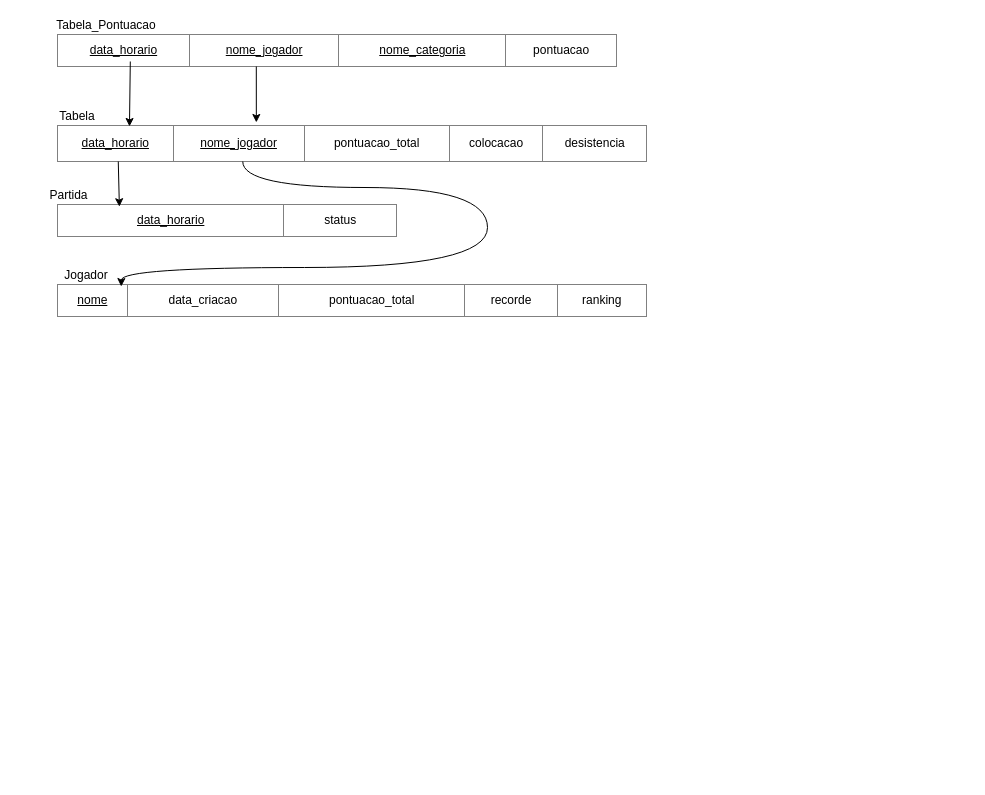
Earlier version of the draw.io diagram diagramas/diagrama_esquema_banco_de_dados.drawio (daanielmenezes/Yahtzee). Source tidied: cells renumbered, new cells numbered last; positions are measured from the earlier drawing's top-left corner, leaving out a move shared by most shapes. Both pictures are drawn from the tidied source at 100%, with x=0, y=0 at pixel (47, 17).
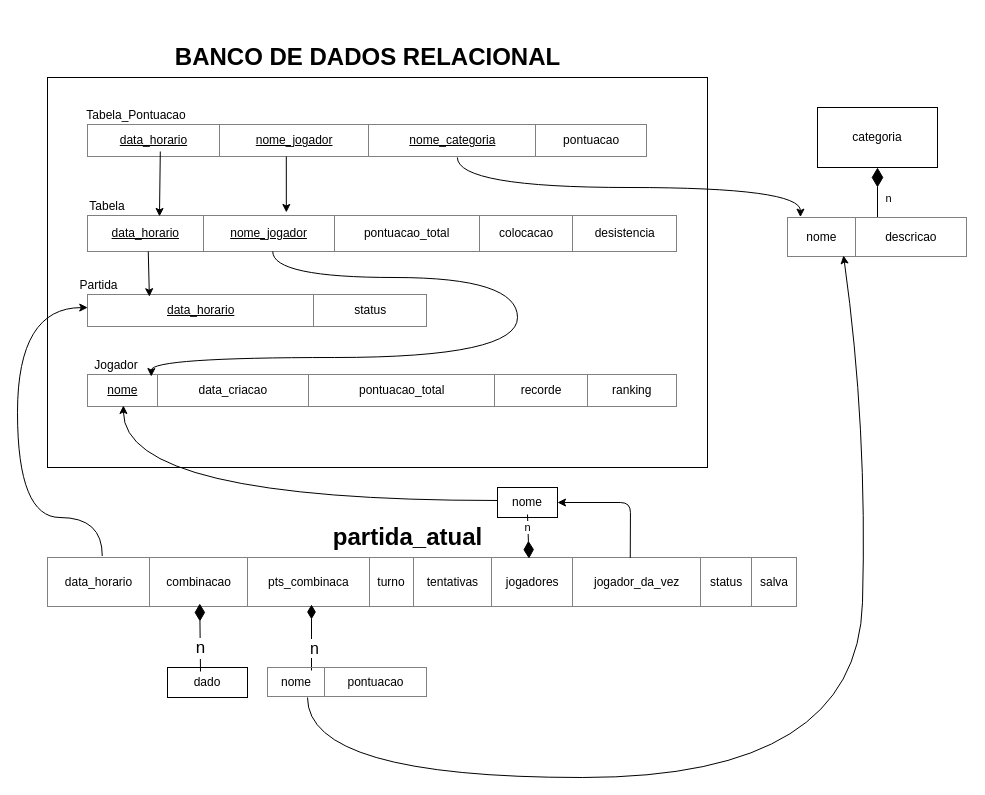
After the change.

Commit message (it also covers changes not shown here):
diagrama fisico com banco de dados

Unchanged cells that the change refers to:
```xml
<mxCell id="4" value="&lt;table border=&quot;1&quot; width=&quot;100%&quot; style=&quot;width: 100% ; height: 100% ; border-collapse: collapse&quot;&gt;&lt;tbody&gt;&lt;tr&gt;&lt;td align=&quot;center&quot;&gt;&lt;span style=&quot;line-height: 120%&quot;&gt;&lt;u&gt;data_horario&lt;/u&gt;&lt;/span&gt;&lt;/td&gt;&lt;td align=&quot;center&quot;&gt;status&lt;br&gt;&lt;/td&gt;&lt;/tr&gt;&lt;/tbody&gt;&lt;/table&gt;" style="text;html=1;strokeColor=none;fillColor=none;overflow=fill;rounded=0;shadow=0;glass=0;comic=0;" parent="3" vertex="1">
  <mxGeometry y="16.7" width="340" height="33.3" as="geometry" />
</mxCell>
<mxCell id="7" value="&lt;table border=&quot;1&quot; width=&quot;100%&quot; style=&quot;width: 100% ; height: 100% ; border-collapse: collapse&quot;&gt;&lt;tbody&gt;&lt;tr&gt;&lt;td align=&quot;center&quot;&gt;&lt;u&gt;data_horario&lt;/u&gt;&lt;/td&gt;&lt;td align=&quot;center&quot;&gt;&lt;u&gt;nome_jogador&lt;/u&gt;&lt;br&gt;&lt;/td&gt;&lt;td style=&quot;text-align: center&quot;&gt;pontuacao_total&lt;/td&gt;&lt;td style=&quot;text-align: center&quot;&gt;colocacao&lt;/td&gt;&lt;td style=&quot;text-align: center&quot;&gt;desistencia&lt;/td&gt;&lt;/tr&gt;&lt;/tbody&gt;&lt;/table&gt;" style="text;html=1;strokeColor=none;fillColor=none;overflow=fill;rounded=0;shadow=0;glass=0;comic=0;" parent="6" vertex="1">
  <mxGeometry y="18.3" width="590" height="36.7" as="geometry" />
</mxCell>
<mxCell id="10" value="&lt;table border=&quot;1&quot; width=&quot;100%&quot; style=&quot;width: 100% ; height: 100% ; border-collapse: collapse&quot; align=&quot;center&quot;&gt;&lt;tbody&gt;&lt;tr&gt;&lt;td align=&quot;center&quot;&gt;&lt;u&gt;nome&lt;/u&gt;&lt;/td&gt;&lt;td align=&quot;center&quot;&gt;data_criacao&lt;/td&gt;&lt;td align=&quot;center&quot;&gt;pontuacao_total&lt;/td&gt;&lt;td style=&quot;text-align: center&quot;&gt;recorde&lt;/td&gt;&lt;td style=&quot;text-align: center&quot;&gt;ranking&lt;/td&gt;&lt;/tr&gt;&lt;/tbody&gt;&lt;/table&gt;" style="text;html=1;strokeColor=none;fillColor=none;overflow=fill;rounded=0;shadow=0;glass=0;comic=0;" parent="9" vertex="1">
  <mxGeometry y="16.7" width="590" height="33.3" as="geometry" />
</mxCell>
<mxCell id="13" value="&lt;table border=&quot;1&quot; width=&quot;100%&quot; style=&quot;width: 100% ; height: 100% ; border-collapse: collapse&quot;&gt;&lt;tbody&gt;&lt;tr&gt;&lt;td style=&quot;text-align: center&quot;&gt;&lt;u&gt;data_horario&lt;/u&gt;&lt;/td&gt;&lt;td style=&quot;text-align: center&quot;&gt;&lt;u&gt;nome_jogador&lt;/u&gt;&lt;/td&gt;&lt;td align=&quot;center&quot;&gt;&lt;u&gt;nome_categoria&lt;/u&gt;&lt;/td&gt;&lt;td align=&quot;center&quot;&gt;pontuacao&lt;/td&gt;&lt;/tr&gt;&lt;/tbody&gt;&lt;/table&gt;" style="text;html=1;strokeColor=none;fillColor=none;overflow=fill;rounded=0;shadow=0;glass=0;comic=0;" parent="12" vertex="1">
  <mxGeometry y="16.7" width="560" height="33.3" as="geometry" />
</mxCell>
```

Diff of the diagram source:
```diff
@@
+    <mxCell id="19" style="group;" parent="1" vertex="1">
+      <mxGeometry y="40" width="670" height="410" as="geometry" />
+    </mxCell>
-    <mxCell id="2" style="group;" parent="1" vertex="1">
-      <mxGeometry x="10" y="170" width="340" height="50" as="geometry" />
+    <mxCell id="2" style="group;" parent="19" vertex="1">
+      <mxGeometry x="40" y="220" width="340" height="50" as="geometry" />
     </mxCell>
@@
-    <mxCell id="6" style="group;" parent="1" vertex="1">
-      <mxGeometry x="10" y="90" width="590" height="55" as="geometry" />
+    <mxCell id="6" style="group;" parent="19" vertex="1">
+      <mxGeometry x="40" y="140" width="590" height="55" as="geometry" />
     </mxCell>
@@
-    <mxCell id="9" style="group;" parent="1" vertex="1">
-      <mxGeometry x="10" y="250" width="590" height="50" as="geometry" />
+    <mxCell id="9" style="group;" parent="19" vertex="1">
+      <mxGeometry x="40" y="300" width="590" height="50" as="geometry" />
     </mxCell>
@@
-    <mxCell id="12" style="group;" parent="1" vertex="1">
-      <mxGeometry x="10" width="560" height="50" as="geometry" />
+    <mxCell id="12" style="group;" parent="19" vertex="1">
+      <mxGeometry x="40" y="50" width="630" height="360" as="geometry" />
     </mxCell>
@@
-    <mxCell id="15" style="endArrow=classic;html=1;entryX=0.122;entryY=0.018;entryDx=0;entryDy=0;entryPerimeter=0;exitX=0.13;exitY=0.82;exitDx=0;exitDy=0;exitPerimeter=0;" parent="1" edge="1" source="13" target="7">
+    <mxCell id="15" style="endArrow=classic;html=1;entryX=0.122;entryY=0.018;entryDx=0;entryDy=0;entryPerimeter=0;exitX=0.13;exitY=0.82;exitDx=0;exitDy=0;exitPerimeter=0;" parent="19" edge="1" source="13" target="7">
       <mxGeometry relative="1" as="geometry" />
     </mxCell>
-    <mxCell id="16" style="endArrow=classic;html=1;exitX=0.355;exitY=0.97;exitDx=0;exitDy=0;exitPerimeter=0;entryX=0.337;entryY=-0.091;entryDx=0;entryDy=0;entryPerimeter=0;rounded=0;" parent="1" edge="1" source="13" target="7">
+    <mxCell id="16" style="endArrow=classic;html=1;exitX=0.355;exitY=0.97;exitDx=0;exitDy=0;exitPerimeter=0;entryX=0.337;entryY=-0.091;entryDx=0;entryDy=0;entryPerimeter=0;rounded=0;" parent="19" edge="1" source="13" target="7">
       <mxGeometry relative="1" as="geometry" />
     </mxCell>
-    <mxCell id="17" style="endArrow=classic;html=1;exitX=0.314;exitY=0.973;exitDx=0;exitDy=0;exitPerimeter=0;entryX=0.108;entryY=0.07;entryDx=0;entryDy=0;entryPerimeter=0;curved=1;" parent="1" edge="1" source="7" target="10">
+    <mxCell id="17" style="endArrow=classic;html=1;exitX=0.314;exitY=0.973;exitDx=0;exitDy=0;exitPerimeter=0;entryX=0.108;entryY=0.07;entryDx=0;entryDy=0;entryPerimeter=0;curved=1;" parent="19" edge="1" source="7" target="10">
       <mxGeometry relative="1" as="geometry">
         <Array as="points">
-          <mxPoint x="195" y="170" />
-          <mxPoint x="440" y="170" />
-          <mxPoint x="440" y="250" />
-          <mxPoint x="74" y="250" />
+          <mxPoint x="225" y="220" />
+          <mxPoint x="470" y="220" />
+          <mxPoint x="470" y="300" />
+          <mxPoint x="104" y="300" />
         </Array>
       </mxGeometry>
     </mxCell>
-    <mxCell id="18" style="endArrow=classic;html=1;exitX=0.103;exitY=0.973;exitDx=0;exitDy=0;exitPerimeter=0;entryX=0.182;entryY=0.075;entryDx=0;entryDy=0;entryPerimeter=0;" parent="1" edge="1" source="7" target="4">
+    <mxCell id="18" style="endArrow=classic;html=1;exitX=0.103;exitY=0.973;exitDx=0;exitDy=0;exitPerimeter=0;entryX=0.182;entryY=0.075;entryDx=0;entryDy=0;entryPerimeter=0;" parent="19" edge="1" source="7" target="4">
       <mxGeometry relative="1" as="geometry" />
     </mxCell>
+    <mxCell id="20" style="rounded=0;whiteSpace=wrap;html=1;fillColor=none;" parent="19" vertex="1">
+      <mxGeometry y="20" width="660" height="390" as="geometry" />
+    </mxCell>
+    <mxCell id="21" value="BANCO DE DADOS RELACIONAL" style="text;strokeColor=none;fillColor=none;html=1;fontSize=24;fontStyle=1;verticalAlign=middle;align=center;" parent="19" vertex="1">
+      <mxGeometry x="270" y="-20" width="100" height="40" as="geometry" />
+    </mxCell>
+    <mxCell id="22" style="edgeStyle=orthogonalEdgeStyle;rounded=0;jettySize=auto;html=1;exitX=0.5;exitY=1;exitDx=0;exitDy=0;entryX=0.5;entryY=0;entryDx=0;entryDy=0;endArrow=none;endFill=0;startArrow=diamondThin;startFill=1;sourcePerimeterSpacing=-2;startSize=17;" parent="1" edge="1" source="24" target="25">
+      <mxGeometry relative="1" as="geometry" />
+    </mxCell>
+    <mxCell id="23" value="n" style="edgeLabel;html=1;align=center;verticalAlign=middle;" parent="22" vertex="1">
+      <mxGeometry x="0.31" relative="1" as="geometry">
+        <mxPoint x="10" y="-2.9" as="offset" />
+      </mxGeometry>
+    </mxCell>
+    <mxCell id="24" value="categoria" style="rounded=0;whiteSpace=wrap;html=1;fillColor=#ffffff;" parent="1" vertex="1">
+      <mxGeometry x="770" y="90" width="120" height="60" as="geometry" />
+    </mxCell>
+    <mxCell id="25" value="&lt;table border=&quot;1&quot; width=&quot;100%&quot; style=&quot;width: 100% ; height: 100% ; border-collapse: collapse&quot;&gt;&lt;tbody&gt;&lt;tr&gt;&lt;td align=&quot;center&quot;&gt;nome&lt;/td&gt;&lt;td align=&quot;center&quot;&gt;descricao&lt;/td&gt;&lt;/tr&gt;&lt;/tbody&gt;&lt;/table&gt;" style="text;html=1;strokeColor=none;fillColor=none;overflow=fill;" parent="1" vertex="1">
+      <mxGeometry x="740" y="200" width="180" height="40" as="geometry" />
+    </mxCell>
+    <mxCell id="26" style="endArrow=classic;html=1;exitX=0.621;exitY=0.205;exitDx=0;exitDy=0;exitPerimeter=0;entryX=0.072;entryY=-0.009;entryDx=0;entryDy=0;entryPerimeter=0;curved=1;" parent="1" edge="1" source="20" target="25">
+      <mxGeometry relative="1" as="geometry">
+        <Array as="points">
+          <mxPoint x="410" y="170" />
+          <mxPoint x="753" y="170" />
+        </Array>
+      </mxGeometry>
+    </mxCell>
+    <mxCell id="27" style="group;" parent="1" vertex="1">
+      <mxGeometry y="500" width="750" height="90" as="geometry" />
+    </mxCell>
+    <mxCell id="28" value="&lt;table border=&quot;1&quot; width=&quot;100%&quot; style=&quot;width: 100% ; height: 100% ; border-collapse: collapse&quot;&gt;&lt;tbody&gt;&lt;tr&gt;&lt;td align=&quot;center&quot;&gt;data_horario&lt;/td&gt;&lt;td align=&quot;center&quot;&gt;combinacao&lt;/td&gt;&lt;td align=&quot;center&quot;&gt;pts_combinaca&lt;/td&gt;&lt;td style=&quot;text-align: center&quot;&gt;turno&lt;/td&gt;&lt;td style=&quot;text-align: center&quot;&gt;tentativas&lt;/td&gt;&lt;td style=&quot;text-align: center&quot;&gt;jogadores&lt;/td&gt;&lt;td style=&quot;text-align: center&quot;&gt;jogador_da_vez&lt;/td&gt;&lt;td style=&quot;text-align: center&quot;&gt;status&lt;/td&gt;&lt;td style=&quot;text-align: center&quot;&gt;salva&lt;/td&gt;&lt;/tr&gt;&lt;/tbody&gt;&lt;/table&gt;" style="text;html=1;strokeColor=none;fillColor=none;overflow=fill;" parent="27" vertex="1">
+      <mxGeometry y="40" width="750" height="50" as="geometry" />
+    </mxCell>
+    <mxCell id="29" value="partida_atual" style="text;strokeColor=none;fillColor=none;html=1;fontSize=24;fontStyle=1;verticalAlign=middle;align=center;" parent="27" vertex="1">
+      <mxGeometry x="310" width="100" height="40" as="geometry" />
+    </mxCell>
+    <mxCell id="30" style="endArrow=classic;html=1;exitX=0.073;exitY=-0.029;exitDx=0;exitDy=0;exitPerimeter=0;entryX=0.061;entryY=0.59;entryDx=0;entryDy=0;entryPerimeter=0;curved=1;" parent="1" edge="1" source="28" target="20">
+      <mxGeometry relative="1" as="geometry">
+        <Array as="points">
+          <mxPoint x="55" y="500" />
+          <mxPoint x="-30" y="500" />
+          <mxPoint x="-30" y="290" />
+        </Array>
+      </mxGeometry>
+    </mxCell>
+    <mxCell id="31" value="dado" style="rounded=0;whiteSpace=wrap;html=1;fillColor=#ffffff;" parent="1" vertex="1">
+      <mxGeometry x="120" y="650" width="80" height="30" as="geometry" />
+    </mxCell>
+    <mxCell id="32" style="endArrow=none;html=1;exitX=0.203;exitY=0.92;exitDx=0;exitDy=0;exitPerimeter=0;endFill=0;startArrow=diamondThin;startFill=1;sourcePerimeterSpacing=-18;startSize=15;" parent="1" edge="1" source="28">
+      <mxGeometry relative="1" as="geometry">
+        <mxPoint x="153" y="654" as="targetPoint" />
+      </mxGeometry>
+    </mxCell>
+    <mxCell id="33" value="&lt;font style=&quot;font-size: 17px&quot;&gt;n&lt;/font&gt;" style="edgeLabel;html=1;align=center;verticalAlign=middle;" parent="32" vertex="1">
+      <mxGeometry x="0.32" relative="1" as="geometry" />
+    </mxCell>
+    <mxCell id="34" style="endArrow=none;html=1;exitX=0.352;exitY=0.94;exitDx=0;exitDy=0;exitPerimeter=0;entryX=0.275;entryY=0.1;entryDx=0;entryDy=0;entryPerimeter=0;endFill=0;startArrow=diamondThin;startFill=1;sourcePerimeterSpacing=-8;startSize=12;" parent="1" edge="1" source="28" target="36">
+      <mxGeometry relative="1" as="geometry" />
+    </mxCell>
+    <mxCell id="35" value="&lt;font style=&quot;font-size: 16px&quot;&gt;n&lt;/font&gt;" style="edgeLabel;html=1;align=center;verticalAlign=middle;" parent="34" vertex="1">
+      <mxGeometry x="0.38" y="2" relative="1" as="geometry">
+        <mxPoint y="-2.5" as="offset" />
+      </mxGeometry>
+    </mxCell>
+    <mxCell id="36" value="&lt;table border=&quot;1&quot; width=&quot;100%&quot; style=&quot;width: 100% ; height: 100% ; border-collapse: collapse&quot;&gt;&lt;tbody&gt;&lt;tr&gt;&lt;td align=&quot;center&quot;&gt;nome&lt;/td&gt;&lt;td align=&quot;center&quot;&gt;pontuacao&lt;/td&gt;&lt;/tr&gt;&lt;/tbody&gt;&lt;/table&gt;" style="text;html=1;strokeColor=none;fillColor=none;overflow=fill;" parent="1" vertex="1">
+      <mxGeometry x="220" y="650" width="160" height="30" as="geometry" />
+    </mxCell>
+    <mxCell id="37" style="endArrow=classic;html=1;exitX=0.25;exitY=1;exitDx=0;exitDy=0;entryX=0.311;entryY=0.95;entryDx=0;entryDy=0;entryPerimeter=0;curved=1;" parent="1" edge="1" source="36" target="25">
+      <mxGeometry relative="1" as="geometry">
+        <Array as="points">
+          <mxPoint x="260" y="760" />
+          <mxPoint x="810" y="760" />
+          <mxPoint x="820" y="410" />
+        </Array>
+      </mxGeometry>
+    </mxCell>
+    <mxCell id="38" value="nome" style="rounded=0;whiteSpace=wrap;html=1;fillColor=#ffffff;" parent="1" vertex="1">
+      <mxGeometry x="450" y="470" width="60" height="30" as="geometry" />
+    </mxCell>
+    <mxCell id="39" style="endArrow=diamondThin;html=1;exitX=0.5;exitY=0.9;exitDx=0;exitDy=0;exitPerimeter=0;entryX=0.642;entryY=0.023;entryDx=0;entryDy=0;entryPerimeter=0;endFill=1;startSize=17;endSize=15;" parent="1" edge="1" source="38" target="28">
+      <mxGeometry relative="1" as="geometry" />
+    </mxCell>
+    <mxCell id="40" value="&lt;font style=&quot;font-size: 11px&quot;&gt;n&lt;/font&gt;" style="edgeLabel;html=1;align=center;verticalAlign=middle;" parent="39" vertex="1">
+      <mxGeometry x="-0.26" relative="1" as="geometry">
+        <mxPoint x="-0.6" y="-3.5" as="offset" />
+      </mxGeometry>
+    </mxCell>
+    <mxCell id="41" style="endArrow=classic;html=1;exitX=0.777;exitY=0.009;exitDx=0;exitDy=0;exitPerimeter=0;entryX=1;entryY=0.5;entryDx=0;entryDy=0;" parent="1" edge="1" source="28" target="38">
+      <mxGeometry relative="1" as="geometry">
+        <Array as="points">
+          <mxPoint x="583" y="485" />
+        </Array>
+      </mxGeometry>
+    </mxCell>
+    <mxCell id="42" style="endArrow=classic;html=1;exitX=0;exitY=0.433;exitDx=0;exitDy=0;exitPerimeter=0;entryX=0.115;entryY=0.841;entryDx=0;entryDy=0;entryPerimeter=0;curved=1;" parent="1" edge="1" source="38" target="20">
+      <mxGeometry relative="1" as="geometry">
+        <Array as="points">
+          <mxPoint x="76" y="483" />
+        </Array>
+      </mxGeometry>
+    </mxCell>
```
